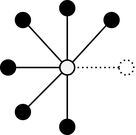
NilsSturma/TestGGM keeps this draw.io diagram as drawings/star-tree.png. Above is the earlier version. Source tidied: cells renumbered, new cells last; positions are measured from the earlier drawing's top-left corner, leaving out a move shared by most shapes. Source of this version:
```xml
<mxGraphModel>
  <root>
    <mxCell id="0" />
    <mxCell id="1" parent="0" />
    <mxCell id="2" style="ellipse;whiteSpace=wrap;html=1;fillColor=#f5f5f5;fontColor=#333333;" parent="1" vertex="1">
      <mxGeometry x="40" y="40" width="10" height="10" as="geometry" />
    </mxCell>
    <mxCell id="3" style="ellipse;whiteSpace=wrap;html=1;fontColor=#333333;fillColor=#000000;" parent="1" vertex="1">
      <mxGeometry x="10" y="8" width="10" height="10" as="geometry" />
    </mxCell>
    <mxCell id="4" style="ellipse;whiteSpace=wrap;html=1;fontColor=#333333;fillColor=#000000;" parent="1" vertex="1">
      <mxGeometry x="10" y="70" width="10" height="10" as="geometry" />
    </mxCell>
    <mxCell id="5" style="ellipse;whiteSpace=wrap;html=1;fontColor=#333333;fillColor=#000000;" parent="1" vertex="1">
      <mxGeometry x="70" y="8" width="10" height="10" as="geometry" />
    </mxCell>
    <mxCell id="6" style="endArrow=none;html=1;exitX=0;exitY=0;exitDx=0;exitDy=0;entryX=1;entryY=1;entryDx=0;entryDy=0;" parent="1" edge="1" source="2" target="3">
      <mxGeometry relative="1" as="geometry" />
    </mxCell>
    <mxCell id="7" style="endArrow=none;html=1;exitX=0;exitY=1;exitDx=0;exitDy=0;entryX=1;entryY=0;entryDx=0;entryDy=0;" parent="1" edge="1" source="2" target="4">
      <mxGeometry relative="1" as="geometry" />
    </mxCell>
    <mxCell id="8" style="endArrow=none;html=1;exitX=0;exitY=1;exitDx=0;exitDy=0;entryX=1;entryY=0;entryDx=0;entryDy=0;" parent="1" edge="1" source="5" target="2">
      <mxGeometry relative="1" as="geometry" />
    </mxCell>
    <mxCell id="9" style="ellipse;whiteSpace=wrap;html=1;fontColor=#333333;fillColor=#000000;" parent="1" vertex="1">
      <mxGeometry y="40" width="10" height="10" as="geometry" />
    </mxCell>
    <mxCell id="10" style="ellipse;whiteSpace=wrap;html=1;fontColor=#333333;fillColor=#000000;" parent="1" vertex="1">
      <mxGeometry x="40" y="80" width="10" height="10" as="geometry" />
    </mxCell>
    <mxCell id="11" style="ellipse;whiteSpace=wrap;html=1;fontColor=#333333;fillColor=none;dashed=1;dashPattern=1 2;rotation=-180;" parent="1" vertex="1">
      <mxGeometry x="80" y="40" width="10" height="10" as="geometry" />
    </mxCell>
    <mxCell id="12" style="ellipse;whiteSpace=wrap;html=1;fontColor=#333333;fillColor=#000000;" parent="1" vertex="1">
      <mxGeometry x="40" width="10" height="10" as="geometry" />
    </mxCell>
    <mxCell id="13" style="endArrow=none;html=1;entryX=1;entryY=0.5;entryDx=0;entryDy=0;dashed=1;dashPattern=1 2;exitX=1;exitY=0.5;exitDx=0;exitDy=0;" parent="1" edge="1" source="11" target="2">
      <mxGeometry relative="1" as="geometry" />
    </mxCell>
    <mxCell id="14" style="endArrow=none;html=1;exitX=0.5;exitY=0;exitDx=0;exitDy=0;entryX=0.5;entryY=1;entryDx=0;entryDy=0;" parent="1" edge="1" source="10" target="2">
      <mxGeometry relative="1" as="geometry" />
    </mxCell>
    <mxCell id="15" style="endArrow=none;html=1;exitX=1;exitY=0.5;exitDx=0;exitDy=0;entryX=0;entryY=0.5;entryDx=0;entryDy=0;" parent="1" edge="1" source="9" target="2">
      <mxGeometry relative="1" as="geometry" />
    </mxCell>
    <mxCell id="16" style="endArrow=none;html=1;exitX=0.5;exitY=1;exitDx=0;exitDy=0;entryX=0.5;entryY=0;entryDx=0;entryDy=0;" parent="1" edge="1" source="12" target="2">
      <mxGeometry relative="1" as="geometry" />
    </mxCell>
  </root>
</mxGraphModel>
```
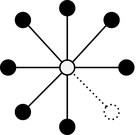
The same diagram one commit later.

Diff of the diagram source:
```diff
@@ -29,13 +29,13 @@
     <mxCell id="10" style="ellipse;whiteSpace=wrap;html=1;fontColor=#333333;fillColor=#000000;" parent="1" vertex="1">
       <mxGeometry x="40" y="80" width="10" height="10" as="geometry" />
     </mxCell>
-    <mxCell id="11" style="ellipse;whiteSpace=wrap;html=1;fontColor=#333333;fillColor=none;dashed=1;dashPattern=1 2;rotation=-180;" parent="1" vertex="1">
+    <mxCell id="11" style="ellipse;whiteSpace=wrap;html=1;fontColor=#333333;rotation=-180;fillColor=#000000;" parent="1" vertex="1">
       <mxGeometry x="80" y="40" width="10" height="10" as="geometry" />
     </mxCell>
     <mxCell id="12" style="ellipse;whiteSpace=wrap;html=1;fontColor=#333333;fillColor=#000000;" parent="1" vertex="1">
       <mxGeometry x="40" width="10" height="10" as="geometry" />
     </mxCell>
-    <mxCell id="13" style="endArrow=none;html=1;entryX=1;entryY=0.5;entryDx=0;entryDy=0;dashed=1;dashPattern=1 2;exitX=1;exitY=0.5;exitDx=0;exitDy=0;" parent="1" edge="1" source="11" target="2">
+    <mxCell id="13" style="endArrow=none;html=1;entryX=1;entryY=0.5;entryDx=0;entryDy=0;exitX=1;exitY=0.5;exitDx=0;exitDy=0;" parent="1" edge="1" source="11" target="2">
       <mxGeometry relative="1" as="geometry" />
     </mxCell>
     <mxCell id="14" style="endArrow=none;html=1;exitX=0.5;exitY=0;exitDx=0;exitDy=0;entryX=0.5;entryY=1;entryDx=0;entryDy=0;" parent="1" edge="1" source="10" target="2">
@@ -47,5 +47,11 @@
     <mxCell id="16" style="endArrow=none;html=1;exitX=0.5;exitY=1;exitDx=0;exitDy=0;entryX=0.5;entryY=0;entryDx=0;entryDy=0;" parent="1" edge="1" source="12" target="2">
       <mxGeometry relative="1" as="geometry" />
     </mxCell>
+    <mxCell id="17" style="ellipse;whiteSpace=wrap;html=1;fontColor=#333333;fillColor=none;dashed=1;dashPattern=1 2;rotation=135;direction=south;" parent="1" vertex="1">
+      <mxGeometry x="70" y="70" width="10" height="10" as="geometry" />
+    </mxCell>
+    <mxCell id="18" style="endArrow=none;html=1;exitX=1;exitY=0.5;exitDx=0;exitDy=0;entryX=1;entryY=1;entryDx=0;entryDy=0;dashed=1;dashPattern=1 2;" parent="1" edge="1" source="17" target="2">
+      <mxGeometry relative="1" as="geometry" />
+    </mxCell>
   </root>
 </mxGraphModel>
```
